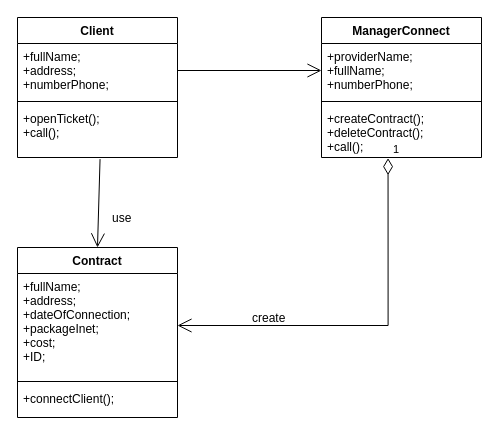
This is UML-diagramm.drawio from Maks151702/Kyrsach_OOP, a draw.io file, before an edit. Source tidied: cells renumbered, new cells numbered last; positions are measured from the earlier drawing's top-left corner, leaving out a move shared by most shapes. Both pictures are drawn from the tidied source at 100%, with x=0, y=0 at pixel (17, 17).
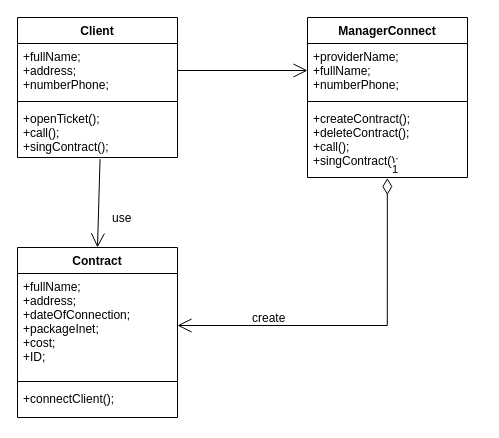
The same page after the edit.

Commit message (it also covers changes not shown here):
edit diagramm and classes

Diff of the diagram source:
```diff
@@
 <mxGraphModel>
   <root>
     <mxCell id="0" />
     <mxCell id="1" parent="0" />
     <mxCell id="2" value="Contract" style="swimlane;fontStyle=1;align=center;verticalAlign=top;horizontal=1;startSize=26;" parent="1" vertex="1">
       <mxGeometry y="230" width="160" height="170" as="geometry" />
     </mxCell>
     <mxCell id="3" value="+fullName;&#10;+address;&#10;+dateOfConnection;&#10;+packageInet;&#10;+cost;&#10;+ID;" style="text;strokeColor=none;fillColor=none;align=left;verticalAlign=top;spacingLeft=4;spacingRight=4;overflow=hidden;points=[[0,0.5],[1,0.5]];portConstraint=eastwest;" parent="2" vertex="1">
       <mxGeometry y="26" width="160" height="104" as="geometry" />
     </mxCell>
     <mxCell id="4" style="line;strokeWidth=1;fillColor=none;align=left;verticalAlign=middle;spacingTop=-1;spacingLeft=3;spacingRight=3;labelPosition=right;" parent="2" vertex="1">
       <mxGeometry y="130" width="160" height="8" as="geometry" />
     </mxCell>
     <mxCell id="5" value="+connectClient();" style="text;strokeColor=none;fillColor=none;align=left;verticalAlign=top;spacingLeft=4;spacingRight=4;overflow=hidden;" parent="2" vertex="1">
       <mxGeometry y="138" width="160" height="32" as="geometry" />
     </mxCell>
     <mxCell id="6" value="Client" style="swimlane;fontStyle=1;align=center;verticalAlign=top;horizontal=1;startSize=26;" parent="1" vertex="1">
       <mxGeometry width="160" height="140" as="geometry" />
     </mxCell>
     <mxCell id="7" value="+fullName;&#10;+address;&#10;+numberPhone;" style="text;strokeColor=none;fillColor=none;align=left;verticalAlign=top;spacingLeft=4;spacingRight=4;overflow=hidden;points=[[0,0.5],[1,0.5]];portConstraint=eastwest;" parent="6" vertex="1">
       <mxGeometry y="26" width="160" height="54" as="geometry" />
     </mxCell>
     <mxCell id="8" style="line;strokeWidth=1;fillColor=none;align=left;verticalAlign=middle;spacingTop=-1;spacingLeft=3;spacingRight=3;labelPosition=right;" parent="6" vertex="1">
       <mxGeometry y="80" width="160" height="8" as="geometry" />
     </mxCell>
-    <mxCell id="9" value="+openTicket();&#10;+call();" style="text;strokeColor=none;fillColor=none;align=left;verticalAlign=top;spacingLeft=4;spacingRight=4;overflow=hidden;points=[[0,0.5],[1,0.5]];portConstraint=eastwest;" parent="6" vertex="1">
+    <mxCell id="9" value="+openTicket();&#10;+call();&#10;+singContract();" style="text;strokeColor=none;fillColor=none;align=left;verticalAlign=top;spacingLeft=4;spacingRight=4;overflow=hidden;points=[[0,0.5],[1,0.5]];portConstraint=eastwest;" parent="6" vertex="1">
       <mxGeometry y="88" width="160" height="52" as="geometry" />
     </mxCell>
     <mxCell id="10" value="ManagerConnect" style="swimlane;fontStyle=1;align=center;verticalAlign=top;horizontal=1;startSize=26;" parent="1" vertex="1">
-      <mxGeometry x="304" width="160" height="140" as="geometry" />
+      <mxGeometry x="290" width="160" height="160" as="geometry" />
     </mxCell>
     <mxCell id="11" value="+providerName;&#10;+fullName;&#10;+numberPhone;" style="text;strokeColor=none;fillColor=none;align=left;verticalAlign=top;spacingLeft=4;spacingRight=4;overflow=hidden;points=[[0,0.5],[1,0.5]];portConstraint=eastwest;" parent="10" vertex="1">
       <mxGeometry y="26" width="160" height="54" as="geometry" />
     </mxCell>
     <mxCell id="12" style="line;strokeWidth=1;fillColor=none;align=left;verticalAlign=middle;spacingTop=-1;spacingLeft=3;spacingRight=3;labelPosition=right;" parent="10" vertex="1">
       <mxGeometry y="80" width="160" height="8" as="geometry" />
     </mxCell>
-    <mxCell id="13" value="+createContract();&#10;+deleteContract();&#10;+call();" style="text;strokeColor=none;fillColor=none;align=left;verticalAlign=top;spacingLeft=4;spacingRight=4;overflow=hidden;points=[[0,0.5],[1,0.5]];portConstraint=eastwest;" parent="10" vertex="1">
-      <mxGeometry y="88" width="160" height="52" as="geometry" />
+    <mxCell id="13" value="+createContract();&#10;+deleteContract();&#10;+call();&#10;+singContract();" style="text;strokeColor=none;fillColor=none;align=left;verticalAlign=top;spacingLeft=4;spacingRight=4;overflow=hidden;points=[[0,0.5],[1,0.5]];portConstraint=eastwest;" parent="10" vertex="1">
+      <mxGeometry y="88" width="160" height="72" as="geometry" />
     </mxCell>
-    <mxCell id="14" value="1" style="endArrow=open;html=1;endSize=12;startArrow=diamondThin;startSize=14;startFill=0;edgeStyle=orthogonalEdgeStyle;align=left;verticalAlign=bottom;rounded=0;exitX=0.416;exitY=1.012;exitDx=0;exitDy=0;exitPerimeter=0;entryX=1;entryY=0.5;entryDx=0;entryDy=0;" parent="1" edge="1" source="13" target="3">
+    <mxCell id="14" value="1" style="endArrow=open;html=1;endSize=12;startArrow=diamondThin;startSize=14;startFill=0;edgeStyle=orthogonalEdgeStyle;align=left;verticalAlign=bottom;rounded=0;entryX=1;entryY=0.5;entryDx=0;entryDy=0;exitX=0.499;exitY=1.008;exitDx=0;exitDy=0;exitPerimeter=0;" parent="1" edge="1" source="13" target="3">
       <mxGeometry x="-1" y="3" relative="1" as="geometry" />
     </mxCell>
     <mxCell id="15" value="&lt;br&gt;create" style="text;html=1;strokeColor=none;fillColor=none;spacing=5;spacingTop=-20;whiteSpace=wrap;overflow=hidden;rounded=0;" parent="1" vertex="1">
       <mxGeometry x="230" y="290" width="50" height="20" as="geometry" />
     </mxCell>
     <mxCell id="16" style="endArrow=open;endFill=1;endSize=12;html=1;rounded=0;entryX=0.5;entryY=0;entryDx=0;entryDy=0;exitX=0.516;exitY=1.031;exitDx=0;exitDy=0;exitPerimeter=0;" parent="1" edge="1" source="9" target="2">
       <mxGeometry relative="1" as="geometry" />
     </mxCell>
     <mxCell id="17" value="&lt;br&gt;use" style="text;html=1;strokeColor=none;fillColor=none;spacing=5;spacingTop=-20;whiteSpace=wrap;overflow=hidden;rounded=0;" parent="1" vertex="1">
       <mxGeometry x="90" y="190" width="50" height="20" as="geometry" />
     </mxCell>
     <mxCell id="18" style="endArrow=open;endFill=1;endSize=12;html=1;rounded=0;exitX=1;exitY=0.5;exitDx=0;exitDy=0;entryX=0;entryY=0.5;entryDx=0;entryDy=0;" parent="1" edge="1" source="7" target="11">
       <mxGeometry relative="1" as="geometry" />
     </mxCell>
   </root>
 </mxGraphModel>
```
